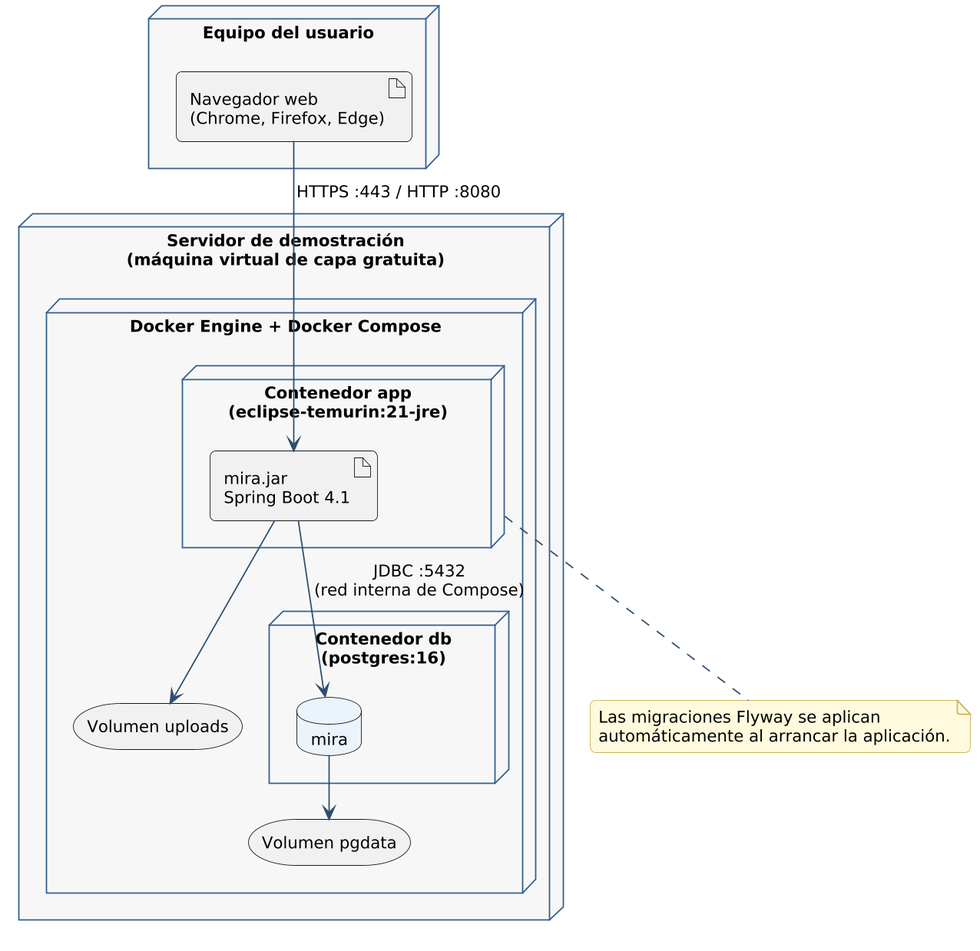
Before: docs/diagramas/despliegue.png, a diagram exported from PlantUML (gonzaloarenasduoc/Mira). Its diagram source:
```plantuml
@startuml despliegue
!include _estilo.iuml
node "Equipo del usuario" {
  artifact "Navegador web\n(Chrome, Firefox, Edge)" as NAV
}
node "Servidor de demostración\n(máquina virtual de capa gratuita)" as VM {
  node "Docker Engine + Docker Compose" {
    node "Contenedor app\n(eclipse-temurin:21-jre)" as APP {
      artifact "mira.jar\nSpring Boot 4.1" as JAR
    }
    node "Contenedor db\n(postgres:16)" as DBC {
      database "mira" as DB
    }
    storage "Volumen pgdata" as V1
    storage "Volumen uploads" as V2
  }
}
NAV --> JAR : HTTPS :443 / HTTP :8080
JAR --> DB : JDBC :5432\n(red interna de Compose)
DB --> V1
JAR --> V2
note bottom of APP
  Las migraciones Flyway se aplican
  automáticamente al arrancar la aplicación.
end note
@enduml
```
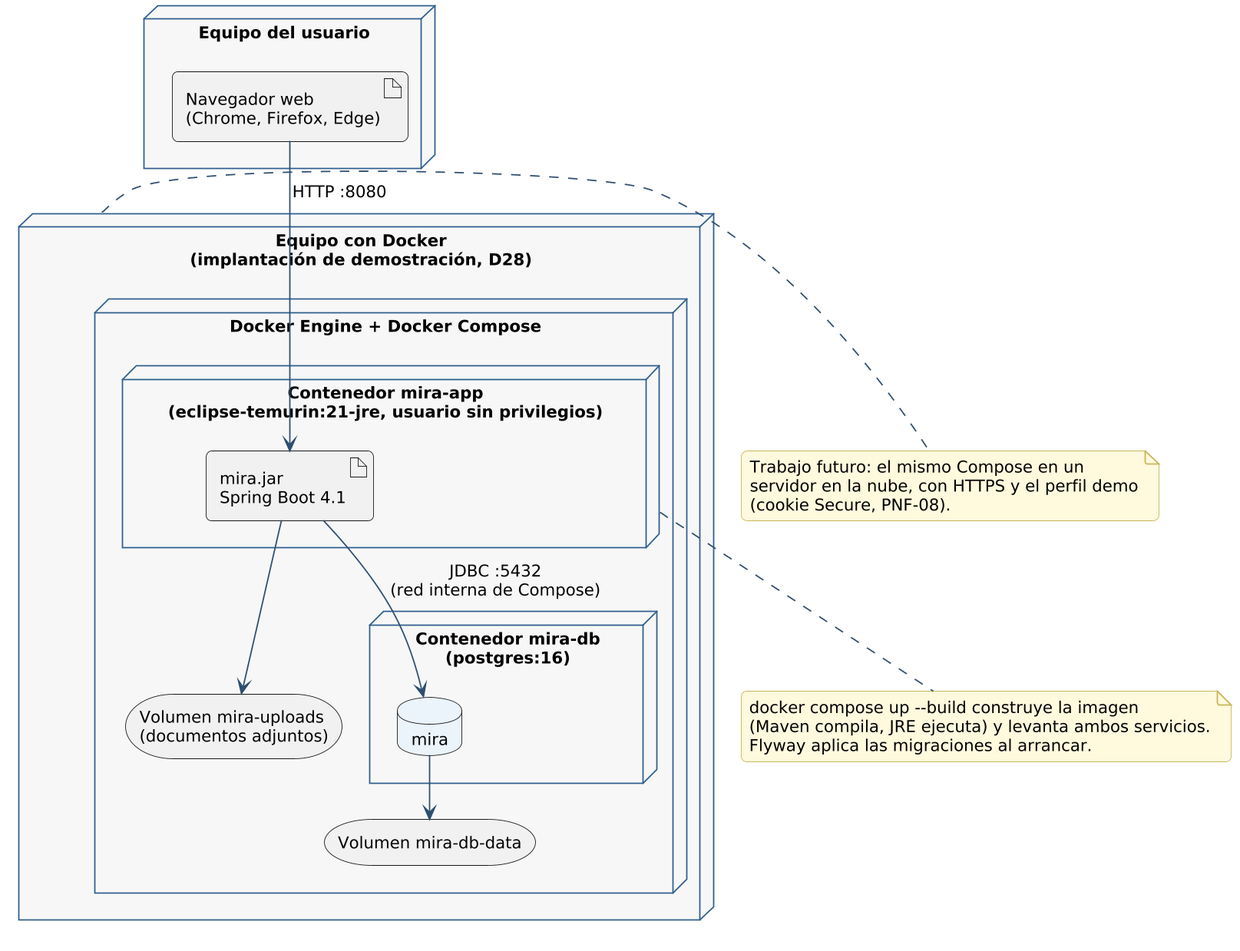
The same file after the commit.

Diff of the diagram source:
```diff
@@ -3,24 +3,30 @@
 node "Equipo del usuario" {
   artifact "Navegador web\n(Chrome, Firefox, Edge)" as NAV
 }
-node "Servidor de demostración\n(máquina virtual de capa gratuita)" as VM {
+node "Equipo con Docker\n(implantación de demostración, D28)" as VM {
   node "Docker Engine + Docker Compose" {
-    node "Contenedor app\n(eclipse-temurin:21-jre)" as APP {
+    node "Contenedor mira-app\n(eclipse-temurin:21-jre, usuario sin privilegios)" as APP {
       artifact "mira.jar\nSpring Boot 4.1" as JAR
     }
-    node "Contenedor db\n(postgres:16)" as DBC {
+    node "Contenedor mira-db\n(postgres:16)" as DBC {
       database "mira" as DB
     }
-    storage "Volumen pgdata" as V1
-    storage "Volumen uploads" as V2
+    storage "Volumen mira-db-data" as V1
+    storage "Volumen mira-uploads\n(documentos adjuntos)" as V2
   }
 }
-NAV --> JAR : HTTPS :443 / HTTP :8080
+NAV --> JAR : HTTP :8080
 JAR --> DB : JDBC :5432\n(red interna de Compose)
 DB --> V1
 JAR --> V2
 note bottom of APP
-  Las migraciones Flyway se aplican
-  automáticamente al arrancar la aplicación.
+  docker compose up --build construye la imagen
+  (Maven compila, JRE ejecuta) y levanta ambos servicios.
+  Flyway aplica las migraciones al arrancar.
+end note
+note right of VM
+  Trabajo futuro: el mismo Compose en un
+  servidor en la nube, con HTTPS y el perfil demo
+  (cookie Secure, PNF-08).
 end note
 @enduml
```
